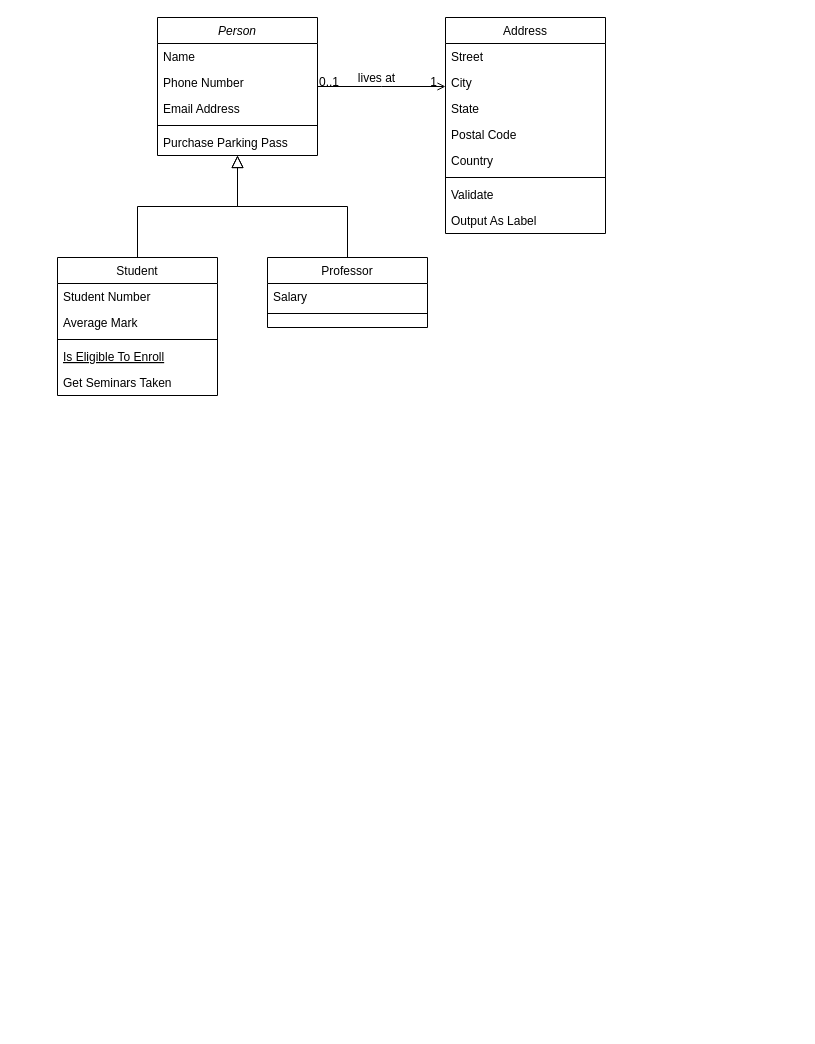
The draw.io diagram img/Untitled Diagram.drawio in Zhu-Renjie/ChineseNLP, before the edit. Source tidied: cells renumbered, new cells numbered last; positions are measured from the earlier drawing's top-left corner, leaving out a move shared by most shapes. Both pictures are drawn from the tidied source at 100%, with x=0, y=0 at pixel (57, 17).
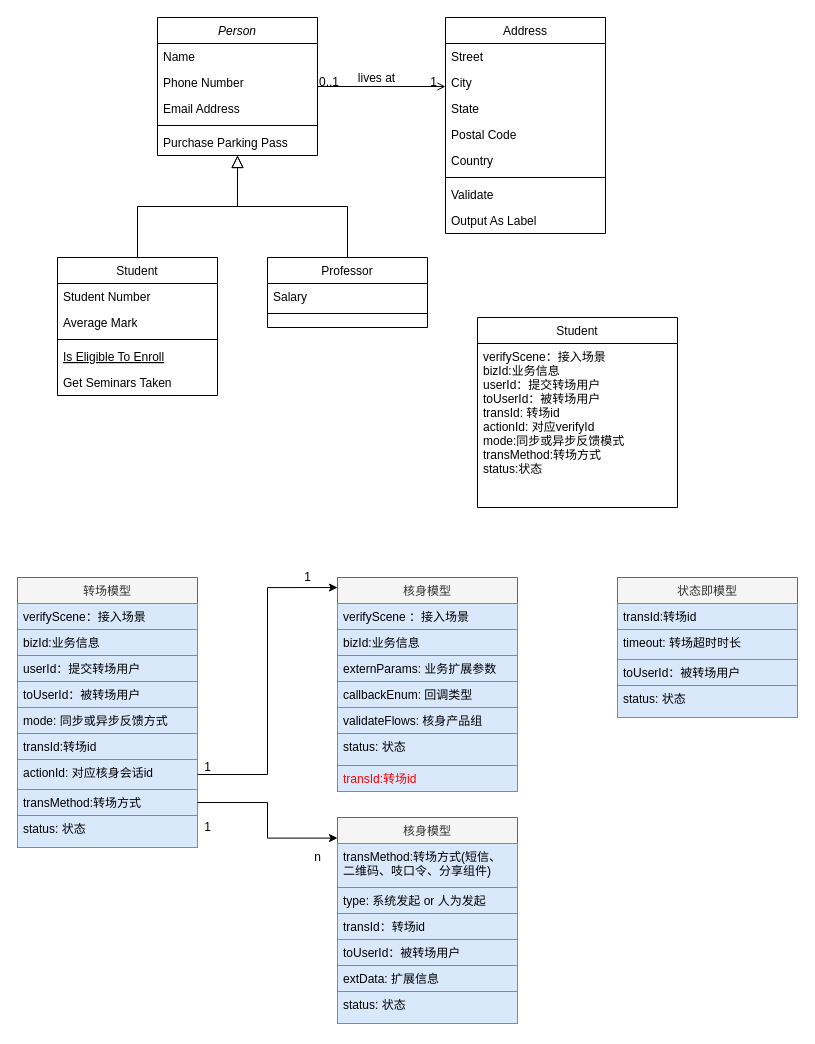
The same diagram, later.

What changed in the source:
```diff
@@
+    <mxCell id="32" value="Student" style="swimlane;fontStyle=0;align=center;verticalAlign=top;horizontal=1;startSize=26;rounded=0;shadow=0;strokeWidth=1;" parent="1" vertex="1">
+      <mxGeometry x="420" y="300" width="200" height="190" as="geometry" />
+    </mxCell>
+    <mxCell id="33" value="verifyScene：接入场景&#10;bizId:业务信息&#10;userId：提交转场用户&#10;toUserId：被转场用户&#10;transId: 转场id&#10;actionId: 对应verifyId&#10;mode:同步或异步反馈模式&#10;transMethod:转场方式&#10;status:状态" style="text;align=left;verticalAlign=top;spacingLeft=4;spacingRight=4;overflow=hidden;" parent="32" vertex="1">
+      <mxGeometry y="26" width="200" height="164" as="geometry" />
+    </mxCell>
+    <mxCell id="34" value="转场模型" style="swimlane;fontStyle=0;align=center;verticalAlign=top;horizontal=1;startSize=26;rounded=0;shadow=0;strokeWidth=1;fillColor=#f5f5f5;strokeColor=#666666;fontColor=#333333;" parent="1" vertex="1">
+      <mxGeometry x="-40" y="560" width="180" height="270" as="geometry" />
+    </mxCell>
+    <mxCell id="35" value="verifyScene：接入场景" style="text;align=left;verticalAlign=top;spacingLeft=4;spacingRight=4;overflow=hidden;fillColor=#dae8fc;strokeColor=#6c8ebf;" parent="34" vertex="1">
+      <mxGeometry y="26" width="180" height="26" as="geometry" />
+    </mxCell>
+    <mxCell id="36" value="bizId:业务信息" style="text;align=left;verticalAlign=top;spacingLeft=4;spacingRight=4;overflow=hidden;rounded=0;shadow=0;html=0;fillColor=#dae8fc;strokeColor=#6c8ebf;" parent="34" vertex="1">
+      <mxGeometry y="52" width="180" height="26" as="geometry" />
+    </mxCell>
+    <mxCell id="37" value="userId：提交转场用户" style="text;align=left;verticalAlign=top;spacingLeft=4;spacingRight=4;overflow=hidden;rounded=0;shadow=0;html=0;fillColor=#dae8fc;strokeColor=#6c8ebf;" parent="34" vertex="1">
+      <mxGeometry y="78" width="180" height="26" as="geometry" />
+    </mxCell>
+    <mxCell id="38" value="toUserId：被转场用户" style="text;align=left;verticalAlign=top;spacingLeft=4;spacingRight=4;overflow=hidden;fillColor=#dae8fc;strokeColor=#6c8ebf;" parent="34" vertex="1">
+      <mxGeometry y="104" width="180" height="26" as="geometry" />
+    </mxCell>
+    <mxCell id="39" value="mode: 同步或异步反馈方式" style="text;align=left;verticalAlign=top;spacingLeft=4;spacingRight=4;overflow=hidden;fillColor=#dae8fc;strokeColor=#6c8ebf;" parent="34" vertex="1">
+      <mxGeometry y="130" width="180" height="26" as="geometry" />
+    </mxCell>
+    <mxCell id="40" value="transId:转场id" style="text;align=left;verticalAlign=top;spacingLeft=4;spacingRight=4;overflow=hidden;fillColor=#dae8fc;strokeColor=#6c8ebf;" parent="34" vertex="1">
+      <mxGeometry y="156" width="180" height="26" as="geometry" />
+    </mxCell>
+    <mxCell id="41" value="actionId: 对应核身会话id" style="text;align=left;verticalAlign=top;spacingLeft=4;spacingRight=4;overflow=hidden;points=[[0,0.5],[1,0.5]];portConstraint=eastwest;fillColor=#dae8fc;strokeColor=#6c8ebf;" parent="34" vertex="1">
+      <mxGeometry y="182" width="180" height="30" as="geometry" />
+    </mxCell>
+    <mxCell id="42" value="transMethod:转场方式" style="text;align=left;verticalAlign=top;spacingLeft=4;spacingRight=4;overflow=hidden;points=[[0,0.5],[1,0.5]];portConstraint=eastwest;fillColor=#dae8fc;strokeColor=#6c8ebf;" parent="34" vertex="1">
+      <mxGeometry y="212" width="180" height="26" as="geometry" />
+    </mxCell>
+    <mxCell id="43" value="status: 状态" style="text;align=left;verticalAlign=top;spacingLeft=4;spacingRight=4;overflow=hidden;fillColor=#dae8fc;strokeColor=#6c8ebf;" parent="34" vertex="1">
+      <mxGeometry y="238" width="180" height="32" as="geometry" />
+    </mxCell>
+    <mxCell id="44" value="核身模型" style="swimlane;fontStyle=0;align=center;verticalAlign=top;horizontal=1;startSize=26;rounded=0;shadow=0;strokeWidth=1;fillColor=#f5f5f5;strokeColor=#666666;fontColor=#333333;" parent="1" vertex="1">
+      <mxGeometry x="280" y="560" width="180" height="214" as="geometry" />
+    </mxCell>
+    <mxCell id="45" value="verifyScene ：接入场景" style="text;align=left;verticalAlign=top;spacingLeft=4;spacingRight=4;overflow=hidden;fillColor=#dae8fc;strokeColor=#6c8ebf;" parent="44" vertex="1">
+      <mxGeometry y="26" width="180" height="26" as="geometry" />
+    </mxCell>
+    <mxCell id="46" value="bizId:业务信息" style="text;align=left;verticalAlign=top;spacingLeft=4;spacingRight=4;overflow=hidden;rounded=0;shadow=0;html=0;fillColor=#dae8fc;strokeColor=#6c8ebf;" parent="44" vertex="1">
+      <mxGeometry y="52" width="180" height="26" as="geometry" />
+    </mxCell>
+    <mxCell id="47" value="externParams:  业务扩展参数" style="text;align=left;verticalAlign=top;spacingLeft=4;spacingRight=4;overflow=hidden;rounded=0;shadow=0;html=0;fillColor=#dae8fc;strokeColor=#6c8ebf;" parent="44" vertex="1">
+      <mxGeometry y="78" width="180" height="26" as="geometry" />
+    </mxCell>
+    <mxCell id="48" value="callbackEnum:  回调类型" style="text;align=left;verticalAlign=top;spacingLeft=4;spacingRight=4;overflow=hidden;fillColor=#dae8fc;strokeColor=#6c8ebf;" parent="44" vertex="1">
+      <mxGeometry y="104" width="180" height="26" as="geometry" />
+    </mxCell>
+    <mxCell id="49" value="validateFlows:  核身产品组" style="text;align=left;verticalAlign=top;spacingLeft=4;spacingRight=4;overflow=hidden;fillColor=#dae8fc;strokeColor=#6c8ebf;" parent="44" vertex="1">
+      <mxGeometry y="130" width="180" height="26" as="geometry" />
+    </mxCell>
+    <mxCell id="50" value="status: 状态" style="text;align=left;verticalAlign=top;spacingLeft=4;spacingRight=4;overflow=hidden;fillColor=#dae8fc;strokeColor=#6c8ebf;" parent="44" vertex="1">
+      <mxGeometry y="156" width="180" height="32" as="geometry" />
+    </mxCell>
+    <mxCell id="51" value="transId:转场id" style="text;align=left;verticalAlign=top;spacingLeft=4;spacingRight=4;overflow=hidden;fillColor=#dae8fc;strokeColor=#6c8ebf;fontColor=#FF0000;" parent="44" vertex="1">
+      <mxGeometry y="188" width="180" height="26" as="geometry" />
+    </mxCell>
+    <mxCell id="52" value="核身模型" style="swimlane;fontStyle=0;align=center;verticalAlign=top;horizontal=1;startSize=26;rounded=0;shadow=0;strokeWidth=1;fillColor=#f5f5f5;strokeColor=#666666;fontColor=#333333;" parent="1" vertex="1">
+      <mxGeometry x="280" y="800" width="180" height="206" as="geometry" />
+    </mxCell>
+    <mxCell id="53" value="transMethod:转场方式(短信、&#10;二维码、吱口令、分享组件)" style="text;align=left;verticalAlign=top;spacingLeft=4;spacingRight=4;overflow=hidden;fillColor=#dae8fc;strokeColor=#6c8ebf;" parent="52" vertex="1">
+      <mxGeometry y="26" width="180" height="44" as="geometry" />
+    </mxCell>
+    <mxCell id="54" value="type: 系统发起 or 人为发起" style="text;align=left;verticalAlign=top;spacingLeft=4;spacingRight=4;overflow=hidden;rounded=0;shadow=0;html=0;fillColor=#dae8fc;strokeColor=#6c8ebf;" parent="52" vertex="1">
+      <mxGeometry y="70" width="180" height="26" as="geometry" />
+    </mxCell>
+    <mxCell id="55" value="transId：转场id&#10;" style="text;align=left;verticalAlign=top;spacingLeft=4;spacingRight=4;overflow=hidden;rounded=0;shadow=0;html=0;fillColor=#dae8fc;strokeColor=#6c8ebf;" parent="52" vertex="1">
+      <mxGeometry y="96" width="180" height="26" as="geometry" />
+    </mxCell>
+    <mxCell id="56" value="toUserId：被转场用户" style="text;align=left;verticalAlign=top;spacingLeft=4;spacingRight=4;overflow=hidden;fillColor=#dae8fc;strokeColor=#6c8ebf;" parent="52" vertex="1">
+      <mxGeometry y="122" width="180" height="26" as="geometry" />
+    </mxCell>
+    <mxCell id="57" value="extData: 扩展信息" style="text;align=left;verticalAlign=top;spacingLeft=4;spacingRight=4;overflow=hidden;fillColor=#dae8fc;strokeColor=#6c8ebf;" parent="52" vertex="1">
+      <mxGeometry y="148" width="180" height="26" as="geometry" />
+    </mxCell>
+    <mxCell id="58" value="status: 状态" style="text;align=left;verticalAlign=top;spacingLeft=4;spacingRight=4;overflow=hidden;fillColor=#dae8fc;strokeColor=#6c8ebf;" parent="52" vertex="1">
+      <mxGeometry y="174" width="180" height="32" as="geometry" />
+    </mxCell>
+    <mxCell id="59" value="状态即模型" style="swimlane;fontStyle=0;align=center;verticalAlign=top;horizontal=1;startSize=26;rounded=0;shadow=0;strokeWidth=1;fillColor=#f5f5f5;strokeColor=#666666;fontColor=#333333;" parent="1" vertex="1">
+      <mxGeometry x="560" y="560" width="180" height="140" as="geometry" />
+    </mxCell>
+    <mxCell id="60" value="transId:转场id" style="text;align=left;verticalAlign=top;spacingLeft=4;spacingRight=4;overflow=hidden;fillColor=#dae8fc;strokeColor=#6c8ebf;" parent="59" vertex="1">
+      <mxGeometry y="26" width="180" height="26" as="geometry" />
+    </mxCell>
+    <mxCell id="61" value="timeout: 转场超时时长" style="text;align=left;verticalAlign=top;spacingLeft=4;spacingRight=4;overflow=hidden;fillColor=#dae8fc;strokeColor=#6c8ebf;" parent="59" vertex="1">
+      <mxGeometry y="52" width="180" height="30" as="geometry" />
+    </mxCell>
+    <mxCell id="62" value="toUserId：被转场用户" style="text;align=left;verticalAlign=top;spacingLeft=4;spacingRight=4;overflow=hidden;fillColor=#dae8fc;strokeColor=#6c8ebf;" parent="59" vertex="1">
+      <mxGeometry y="82" width="180" height="26" as="geometry" />
+    </mxCell>
+    <mxCell id="63" value="status: 状态" style="text;align=left;verticalAlign=top;spacingLeft=4;spacingRight=4;overflow=hidden;fillColor=#dae8fc;strokeColor=#6c8ebf;" parent="59" vertex="1">
+      <mxGeometry y="108" width="180" height="32" as="geometry" />
+    </mxCell>
+    <mxCell id="64" style="edgeStyle=orthogonalEdgeStyle;rounded=0;jettySize=auto;html=1;entryX=0;entryY=0.047;entryDx=0;entryDy=0;entryPerimeter=0;" parent="1" edge="1" source="41" target="44">
+      <mxGeometry relative="1" as="geometry" />
+    </mxCell>
+    <mxCell id="65" value="1" style="text;html=1;align=center;verticalAlign=middle;strokeColor=none;" parent="1" vertex="1">
+      <mxGeometry x="140" y="740" width="20" height="20" as="geometry" />
+    </mxCell>
+    <mxCell id="66" value="1" style="text;html=1;align=center;verticalAlign=middle;strokeColor=none;" parent="1" vertex="1">
+      <mxGeometry x="240" y="550" width="20" height="20" as="geometry" />
+    </mxCell>
+    <mxCell id="67" style="edgeStyle=orthogonalEdgeStyle;rounded=0;jettySize=auto;html=1;entryX=0;entryY=0.1;entryDx=0;entryDy=0;entryPerimeter=0;" parent="1" edge="1" source="42" target="52">
+      <mxGeometry relative="1" as="geometry" />
+    </mxCell>
+    <mxCell id="68" value="1" style="text;html=1;align=center;verticalAlign=middle;strokeColor=none;" parent="1" vertex="1">
+      <mxGeometry x="140" y="800" width="20" height="20" as="geometry" />
+    </mxCell>
+    <mxCell id="69" value="n" style="text;html=1;align=center;verticalAlign=middle;strokeColor=none;" parent="1" vertex="1">
+      <mxGeometry x="250" y="830" width="20" height="20" as="geometry" />
+    </mxCell>
```
